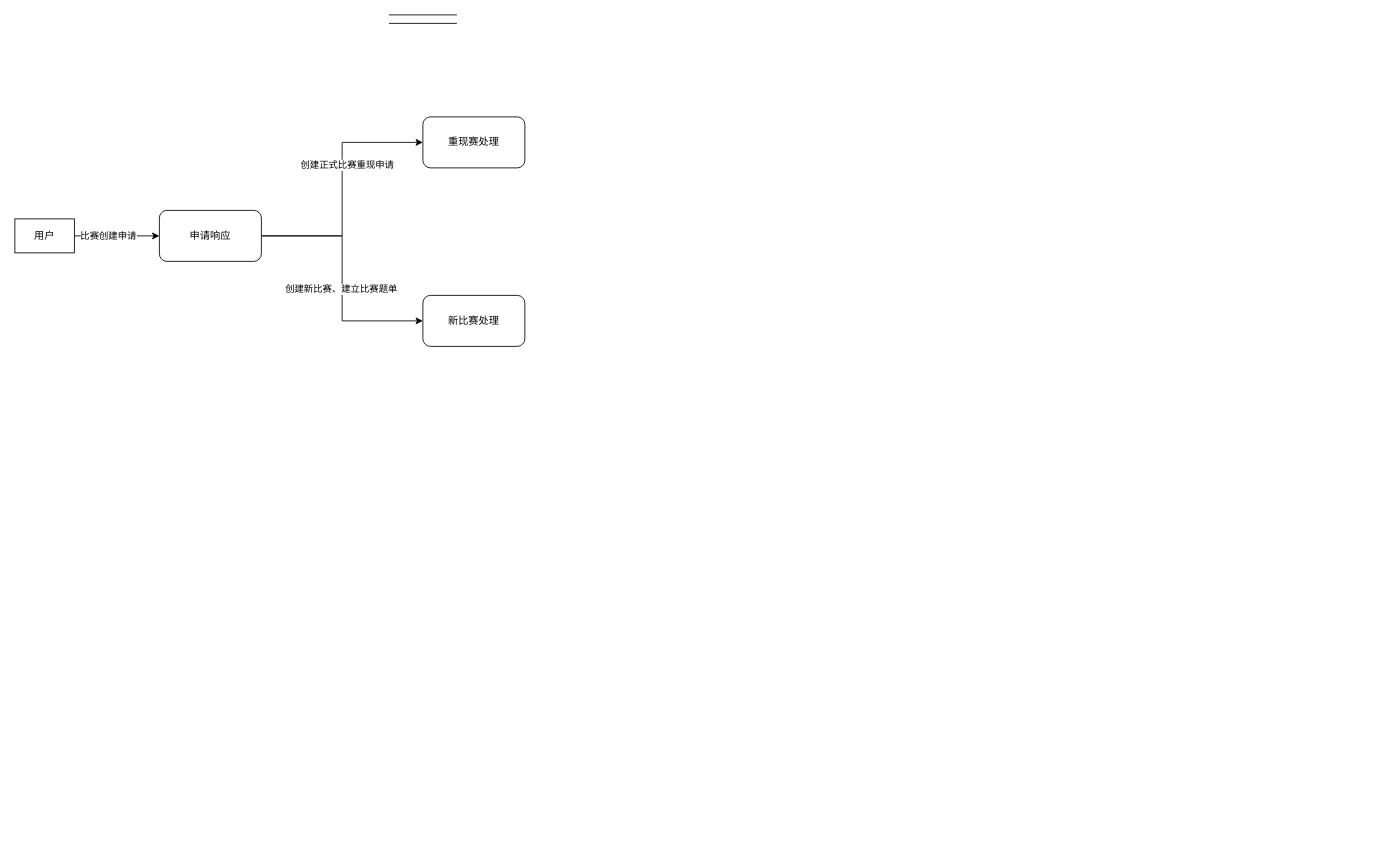
This is 分析文档/2.4 比赛创建细化.drawio from 12MegaA21/CodeCode, a draw.io file, before an edit. Source tidied: cells renumbered, new cells numbered last; positions are measured from the earlier drawing's top-left corner, leaving out a move shared by most shapes. Both pictures are drawn from the tidied source at 85%, with x=0, y=0 at pixel (14, 14).
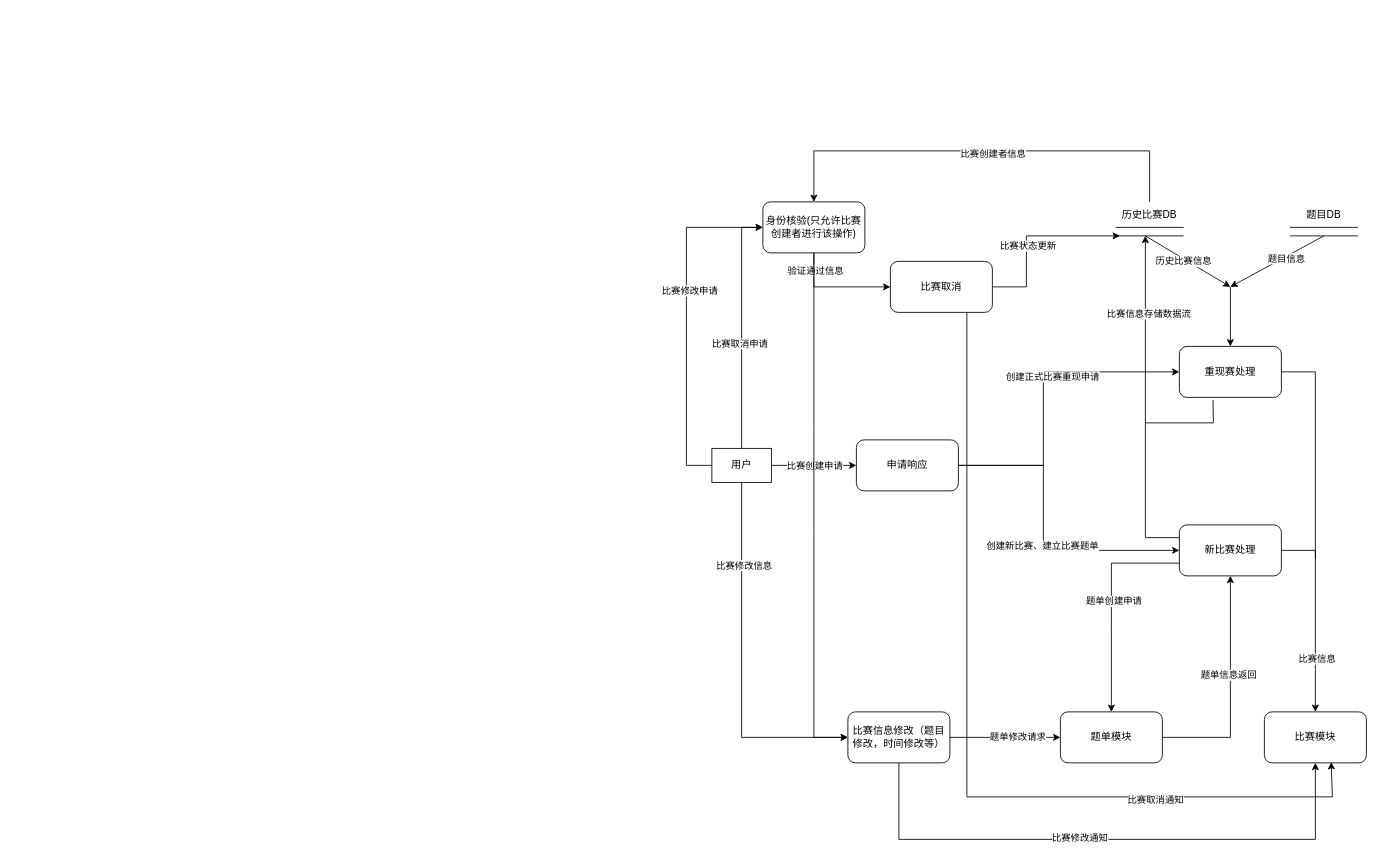
The same page after the edit.

Commit message (it also covers changes not shown here):
更新2.4 比赛创建细化.drawio

The change refers to these unchanged cells:
```xml
<mxCell id="5" style="endArrow=classic;html=1;rounded=0;exitX=1;exitY=0.5;exitDx=0;exitDy=0;entryX=0;entryY=0.5;entryDx=0;entryDy=0;" parent="1" edge="1" source="2" target="11">
  <mxGeometry relative="1" as="geometry" />
</mxCell>
```

The edit, as a diff of the source:
```diff
@@
     <mxCell id="2" value="用户" style="rounded=0;whiteSpace=wrap;html=1;" parent="1" vertex="1">
-      <mxGeometry y="240" width="70" height="40" as="geometry" />
+      <mxGeometry x="820" y="510" width="70" height="40" as="geometry" />
     </mxCell>
     <mxCell id="3" value="重现赛处理" style="rounded=1;whiteSpace=wrap;html=1;" parent="1" vertex="1">
-      <mxGeometry x="480" y="120" width="120" height="60" as="geometry" />
+      <mxGeometry x="1370" y="390" width="120" height="60" as="geometry" />
     </mxCell>
     <mxCell id="4" value="新比赛处理" style="rounded=1;whiteSpace=wrap;html=1;" parent="1" vertex="1">
-      <mxGeometry x="480" y="330" width="120" height="60" as="geometry" />
+      <mxGeometry x="1370" y="600" width="120" height="60" as="geometry" />
     </mxCell>
@@
     <mxCell id="6" value="比赛创建申请" style="edgeLabel;html=1;align=center;verticalAlign=middle;" parent="5" vertex="1">
-      <mxGeometry x="-0.22" y="1" relative="1" as="geometry" />
+      <mxGeometry x="-0.22" y="1" relative="1" as="geometry">
+        <mxPoint x="11" y="1" as="offset" />
+      </mxGeometry>
     </mxCell>
     <mxCell id="7" style="edgeStyle=orthogonalEdgeStyle;rounded=0;jettySize=auto;html=1;entryX=0;entryY=0.5;entryDx=0;entryDy=0;" parent="1" edge="1" source="11" target="3">
-      <mxGeometry relative="1" as="geometry" />
+      <mxGeometry relative="1" as="geometry">
+        <Array as="points">
+          <mxPoint x="1210" y="530" />
+          <mxPoint x="1210" y="420" />
+        </Array>
+      </mxGeometry>
     </mxCell>
@@
     <mxCell id="9" style="edgeStyle=orthogonalEdgeStyle;rounded=0;jettySize=auto;html=1;exitX=1;exitY=0.5;exitDx=0;exitDy=0;entryX=0;entryY=0.5;entryDx=0;entryDy=0;" parent="1" edge="1" source="11" target="4">
-      <mxGeometry relative="1" as="geometry" />
+      <mxGeometry relative="1" as="geometry">
+        <Array as="points">
+          <mxPoint x="1210" y="530" />
+          <mxPoint x="1210" y="630" />
+        </Array>
+      </mxGeometry>
     </mxCell>
@@
     <mxCell id="11" value="申请响应" style="rounded=1;whiteSpace=wrap;html=1;" parent="1" vertex="1">
-      <mxGeometry x="170" y="230" width="120" height="60" as="geometry" />
+      <mxGeometry x="990" y="500" width="120" height="60" as="geometry" />
     </mxCell>
+    <mxCell id="14" style="endArrow=classic;html=1;rounded=0;entryX=0.5;entryY=0;entryDx=0;entryDy=0;" parent="1" edge="1" target="3">
+      <mxGeometry relative="1" as="geometry">
+        <mxPoint x="1430" y="320" as="sourcePoint" />
+      </mxGeometry>
+    </mxCell>
+    <mxCell id="15" style="endArrow=classic;html=1;rounded=0;" parent="1" edge="1">
+      <mxGeometry relative="1" as="geometry">
+        <mxPoint x="1540" y="260" as="sourcePoint" />
+        <mxPoint x="1430" y="320" as="targetPoint" />
+      </mxGeometry>
+    </mxCell>
+    <mxCell id="16" value="题目信息" style="edgeLabel;html=1;align=center;verticalAlign=middle;" parent="15" vertex="1">
+      <mxGeometry x="-0.18" y="2" relative="1" as="geometry">
+        <mxPoint x="-1" as="offset" />
+      </mxGeometry>
+    </mxCell>
+    <mxCell id="17" style="endArrow=classic;html=1;rounded=0;exitX=1;exitY=0.5;exitDx=0;exitDy=0;entryX=0.5;entryY=0;entryDx=0;entryDy=0;" parent="1" edge="1" source="4" target="19">
+      <mxGeometry relative="1" as="geometry">
+        <Array as="points">
+          <mxPoint x="1530" y="630" />
+        </Array>
+      </mxGeometry>
+    </mxCell>
+    <mxCell id="18" value="比赛信息" style="edgeLabel;html=1;align=center;verticalAlign=middle;" parent="17" vertex="1">
+      <mxGeometry x="0.45" y="1" relative="1" as="geometry" />
+    </mxCell>
+    <mxCell id="19" value="比赛模块" style="rounded=1;whiteSpace=wrap;html=1;" parent="1" vertex="1">
+      <mxGeometry x="1470" y="820" width="120" height="60" as="geometry" />
+    </mxCell>
+    <mxCell id="20" style="endArrow=none;html=1;rounded=0;exitX=1;exitY=0.5;exitDx=0;exitDy=0;" parent="1" edge="1" source="3">
+      <mxGeometry relative="1" as="geometry">
+        <mxPoint x="1530" y="640" as="targetPoint" />
+        <Array as="points">
+          <mxPoint x="1530" y="420" />
+        </Array>
+      </mxGeometry>
+    </mxCell>
+    <mxCell id="21" style="group;" parent="1" vertex="1">
+      <mxGeometry x="1500" y="220" width="80" height="40" as="geometry" />
+    </mxCell>
+    <mxCell id="22" style="group;" parent="21" vertex="1">
+      <mxGeometry y="30" width="80" height="10" as="geometry" />
+    </mxCell>
+    <mxCell id="23" style="endArrow=none;html=1;rounded=0;" parent="22" edge="1">
+      <mxGeometry relative="1" as="geometry">
+        <mxPoint as="sourcePoint" />
+        <mxPoint x="80" as="targetPoint" />
+      </mxGeometry>
+    </mxCell>
+    <mxCell id="24" style="endArrow=none;html=1;rounded=0;" parent="22" edge="1">
+      <mxGeometry relative="1" as="geometry">
+        <mxPoint y="10" as="sourcePoint" />
+        <mxPoint x="80" y="10" as="targetPoint" />
+      </mxGeometry>
+    </mxCell>
+    <mxCell id="25" value="题目DB" style="text;html=1;strokeColor=none;fillColor=none;align=center;verticalAlign=middle;whiteSpace=wrap;rounded=0;" parent="21" vertex="1">
+      <mxGeometry x="10" width="60" height="30" as="geometry" />
+    </mxCell>
+    <mxCell id="26" value="题单模块" style="rounded=1;whiteSpace=wrap;html=1;" parent="1" vertex="1">
+      <mxGeometry x="1230" y="820" width="120" height="60" as="geometry" />
+    </mxCell>
+    <mxCell id="27" style="endArrow=classic;html=1;rounded=0;entryX=0.5;entryY=0;entryDx=0;entryDy=0;exitX=0;exitY=0.75;exitDx=0;exitDy=0;" parent="1" edge="1" source="4" target="26">
+      <mxGeometry relative="1" as="geometry">
+        <Array as="points">
+          <mxPoint x="1290" y="645" />
+          <mxPoint x="1290" y="720" />
+        </Array>
+      </mxGeometry>
+    </mxCell>
+    <mxCell id="28" value="题单创建申请" style="edgeLabel;html=1;align=center;verticalAlign=middle;" parent="27" vertex="1">
+      <mxGeometry x="-0.03" y="2" relative="1" as="geometry" />
+    </mxCell>
+    <mxCell id="29" style="endArrow=classic;html=1;rounded=0;exitX=1;exitY=0.5;exitDx=0;exitDy=0;entryX=0.5;entryY=1;entryDx=0;entryDy=0;" parent="1" edge="1" source="26" target="4">
+      <mxGeometry relative="1" as="geometry">
+        <Array as="points">
+          <mxPoint x="1430" y="850" />
+        </Array>
+      </mxGeometry>
+    </mxCell>
+    <mxCell id="30" value="题单信息返回" style="edgeLabel;html=1;align=center;verticalAlign=middle;" parent="29" vertex="1">
+      <mxGeometry x="0.14" y="3" relative="1" as="geometry" />
+    </mxCell>
+    <mxCell id="31" style="endArrow=classic;html=1;rounded=0;exitX=0;exitY=0.25;exitDx=0;exitDy=0;" parent="1" edge="1" source="4">
+      <mxGeometry relative="1" as="geometry">
+        <mxPoint x="1330" y="260" as="targetPoint" />
+        <Array as="points">
+          <mxPoint x="1330" y="615" />
+        </Array>
+      </mxGeometry>
+    </mxCell>
+    <mxCell id="32" value="比赛信息存储数据流" style="edgeLabel;html=1;align=center;verticalAlign=middle;" parent="31" vertex="1">
+      <mxGeometry x="0.54" y="-3" relative="1" as="geometry" />
+    </mxCell>
+    <mxCell id="33" style="endArrow=none;html=1;rounded=0;entryX=0.33;entryY=1.053;entryDx=0;entryDy=0;entryPerimeter=0;" parent="1" edge="1" target="3">
+      <mxGeometry relative="1" as="geometry">
+        <mxPoint x="1330" y="480" as="sourcePoint" />
+        <Array as="points">
+          <mxPoint x="1410" y="480" />
+        </Array>
+      </mxGeometry>
+    </mxCell>
+    <mxCell id="34" style="endArrow=classic;html=1;rounded=0;" parent="1" edge="1">
+      <mxGeometry relative="1" as="geometry">
+        <mxPoint x="1330" y="260" as="sourcePoint" />
+        <mxPoint x="1430" y="320" as="targetPoint" />
+      </mxGeometry>
+    </mxCell>
+    <mxCell id="35" value="历史比赛信息" style="edgeLabel;html=1;align=center;verticalAlign=middle;" parent="34" vertex="1">
+      <mxGeometry x="-0.44" y="-3" relative="1" as="geometry">
+        <mxPoint x="18" y="10" as="offset" />
+      </mxGeometry>
+    </mxCell>
+    <mxCell id="36" style="group;" parent="1" vertex="1">
+      <mxGeometry x="1290" y="220" width="90" height="40" as="geometry" />
+    </mxCell>
+    <mxCell id="37" style="group;" parent="36" vertex="1">
+      <mxGeometry x="5" y="30" width="80" height="10" as="geometry" />
+    </mxCell>
-    <mxCell id="12" style="endArrow=none;html=1;rounded=0;" parent="1" edge="1">
+    <mxCell id="12" style="endArrow=none;html=1;rounded=0;" parent="37" edge="1">
       <mxGeometry relative="1" as="geometry">
-        <mxPoint x="440" as="sourcePoint" />
-        <mxPoint x="520" as="targetPoint" />
+        <mxPoint as="sourcePoint" />
+        <mxPoint x="80" as="targetPoint" />
       </mxGeometry>
     </mxCell>
-    <mxCell id="13" style="endArrow=none;html=1;rounded=0;" parent="1" edge="1">
+    <mxCell id="13" style="endArrow=none;html=1;rounded=0;" parent="37" edge="1">
       <mxGeometry relative="1" as="geometry">
-        <mxPoint x="440" y="10" as="sourcePoint" />
-        <mxPoint x="520" y="10" as="targetPoint" />
+        <mxPoint y="10" as="sourcePoint" />
+        <mxPoint x="80" y="10" as="targetPoint" />
       </mxGeometry>
     </mxCell>
+    <mxCell id="38" value="历史比赛DB" style="text;html=1;strokeColor=none;fillColor=none;align=center;verticalAlign=middle;whiteSpace=wrap;rounded=0;" parent="36" vertex="1">
+      <mxGeometry width="90" height="30" as="geometry" />
+    </mxCell>
+    <mxCell id="39" style="endArrow=classic;html=1;rounded=0;exitX=0.5;exitY=0;exitDx=0;exitDy=0;entryX=0;entryY=0.5;entryDx=0;entryDy=0;" parent="1" edge="1" source="2" target="41">
+      <mxGeometry relative="1" as="geometry">
+        <Array as="points">
+          <mxPoint x="855" y="250" />
+        </Array>
+      </mxGeometry>
+    </mxCell>
+    <mxCell id="40" value="比赛取消申请" style="edgeLabel;html=1;align=center;verticalAlign=middle;" parent="39" vertex="1">
+      <mxGeometry x="-0.13" y="3" relative="1" as="geometry" />
+    </mxCell>
+    <mxCell id="41" value="身份核验(只允许比赛创建者进行该操作)" style="rounded=1;whiteSpace=wrap;html=1;" parent="1" vertex="1">
+      <mxGeometry x="880" y="220" width="120" height="60" as="geometry" />
+    </mxCell>
+    <mxCell id="42" style="endArrow=classic;html=1;rounded=0;entryX=0.5;entryY=0;entryDx=0;entryDy=0;exitX=0.5;exitY=0;exitDx=0;exitDy=0;" parent="1" edge="1" source="38" target="41">
+      <mxGeometry relative="1" as="geometry">
+        <Array as="points">
+          <mxPoint x="1335" y="160" />
+          <mxPoint x="1170" y="160" />
+          <mxPoint x="940" y="160" />
+        </Array>
+      </mxGeometry>
+    </mxCell>
+    <mxCell id="43" value="比赛创建者信息" style="edgeLabel;html=1;align=center;verticalAlign=middle;" parent="42" vertex="1">
+      <mxGeometry x="-0.05" y="3" relative="1" as="geometry" />
+    </mxCell>
+    <mxCell id="44" style="endArrow=classic;html=1;rounded=0;exitX=0.5;exitY=1;exitDx=0;exitDy=0;" parent="1" edge="1" source="41">
+      <mxGeometry relative="1" as="geometry">
+        <mxPoint x="1030" y="320" as="targetPoint" />
+        <Array as="points">
+          <mxPoint x="940" y="320" />
+        </Array>
+      </mxGeometry>
+    </mxCell>
+    <mxCell id="45" value="验证通过信息" style="edgeLabel;html=1;align=center;verticalAlign=middle;" parent="44" vertex="1">
+      <mxGeometry x="0.12" y="3" relative="1" as="geometry">
+        <mxPoint x="-32" y="-17" as="offset" />
+      </mxGeometry>
+    </mxCell>
+    <mxCell id="46" value="比赛取消" style="rounded=1;whiteSpace=wrap;html=1;" parent="1" vertex="1">
+      <mxGeometry x="1030" y="290" width="120" height="60" as="geometry" />
+    </mxCell>
+    <mxCell id="47" style="endArrow=classic;html=1;rounded=0;exitX=1;exitY=0.5;exitDx=0;exitDy=0;" parent="1" edge="1" source="46">
+      <mxGeometry relative="1" as="geometry">
+        <mxPoint x="1300" y="260" as="targetPoint" />
+        <Array as="points">
+          <mxPoint x="1190" y="320" />
+          <mxPoint x="1190" y="260" />
+        </Array>
+      </mxGeometry>
+    </mxCell>
+    <mxCell id="48" value="比赛状态更新" style="edgeLabel;html=1;align=center;verticalAlign=middle;" parent="47" vertex="1">
+      <mxGeometry x="-0.15" y="-1" relative="1" as="geometry" />
+    </mxCell>
+    <mxCell id="49" style="endArrow=classic;html=1;rounded=0;exitX=0.75;exitY=1;exitDx=0;exitDy=0;entryX=0.655;entryY=0.985;entryDx=0;entryDy=0;entryPerimeter=0;" parent="1" edge="1" source="46" target="19">
+      <mxGeometry relative="1" as="geometry">
+        <Array as="points">
+          <mxPoint x="1120" y="920" />
+          <mxPoint x="1540" y="920" />
+          <mxPoint x="1550" y="920" />
+        </Array>
+      </mxGeometry>
+    </mxCell>
+    <mxCell id="50" value="比赛取消通知" style="edgeLabel;html=1;align=center;verticalAlign=middle;" parent="49" vertex="1">
+      <mxGeometry x="0.52" y="-3" relative="1" as="geometry" />
+    </mxCell>
+    <mxCell id="51" style="endArrow=classic;html=1;rounded=0;exitX=0;exitY=0.5;exitDx=0;exitDy=0;entryX=0;entryY=0.5;entryDx=0;entryDy=0;" parent="1" edge="1" source="2" target="41">
+      <mxGeometry relative="1" as="geometry">
+        <Array as="points">
+          <mxPoint x="790" y="530" />
+          <mxPoint x="790" y="250" />
+        </Array>
+      </mxGeometry>
+    </mxCell>
+    <mxCell id="52" value="比赛修改申请" style="edgeLabel;html=1;align=center;verticalAlign=middle;" parent="51" vertex="1">
+      <mxGeometry x="0.18" y="-3" relative="1" as="geometry" />
+    </mxCell>
+    <mxCell id="53" style="endArrow=classic;html=1;rounded=0;exitX=0.5;exitY=1;exitDx=0;exitDy=0;" parent="1" edge="1" source="41">
+      <mxGeometry relative="1" as="geometry">
+        <mxPoint x="980" y="850" as="targetPoint" />
+        <Array as="points">
+          <mxPoint x="940" y="490" />
+          <mxPoint x="940" y="610" />
+          <mxPoint x="940" y="850" />
+        </Array>
+      </mxGeometry>
+    </mxCell>
+    <mxCell id="54" style="edgeStyle=orthogonalEdgeStyle;rounded=0;jettySize=auto;html=1;exitX=1;exitY=0.5;exitDx=0;exitDy=0;" parent="1" edge="1" source="56" target="26">
+      <mxGeometry relative="1" as="geometry" />
+    </mxCell>
+    <mxCell id="55" value="题单修改请求" style="edgeLabel;html=1;align=center;verticalAlign=middle;" parent="54" vertex="1">
+      <mxGeometry x="0.21" y="2" relative="1" as="geometry" />
+    </mxCell>
+    <mxCell id="56" value="比赛信息修改（题目修改，时间修改等）" style="rounded=1;whiteSpace=wrap;html=1;" parent="1" vertex="1">
+      <mxGeometry x="980" y="820" width="120" height="60" as="geometry" />
+    </mxCell>
+    <mxCell id="57" style="endArrow=classic;html=1;rounded=0;exitX=0.5;exitY=1;exitDx=0;exitDy=0;entryX=0;entryY=0.5;entryDx=0;entryDy=0;" parent="1" edge="1" source="2" target="56">
+      <mxGeometry relative="1" as="geometry">
+        <Array as="points">
+          <mxPoint x="855" y="850" />
+        </Array>
+      </mxGeometry>
+    </mxCell>
+    <mxCell id="58" value="比赛修改信息" style="edgeLabel;html=1;align=center;verticalAlign=middle;" parent="57" vertex="1">
+      <mxGeometry x="-0.54" y="2" relative="1" as="geometry">
+        <mxPoint y="-1" as="offset" />
+      </mxGeometry>
+    </mxCell>
+    <mxCell id="59" style="endArrow=classic;html=1;rounded=0;exitX=0.5;exitY=1;exitDx=0;exitDy=0;entryX=0.5;entryY=1;entryDx=0;entryDy=0;" parent="1" edge="1" source="56" target="19">
+      <mxGeometry relative="1" as="geometry">
+        <Array as="points">
+          <mxPoint x="1040" y="970" />
+          <mxPoint x="1530" y="970" />
+        </Array>
+      </mxGeometry>
+    </mxCell>
+    <mxCell id="60" value="比赛修改通知" style="edgeLabel;html=1;align=center;verticalAlign=middle;" parent="59" vertex="1">
+      <mxGeometry x="-0.1" y="3" relative="1" as="geometry" />
+    </mxCell>
```
